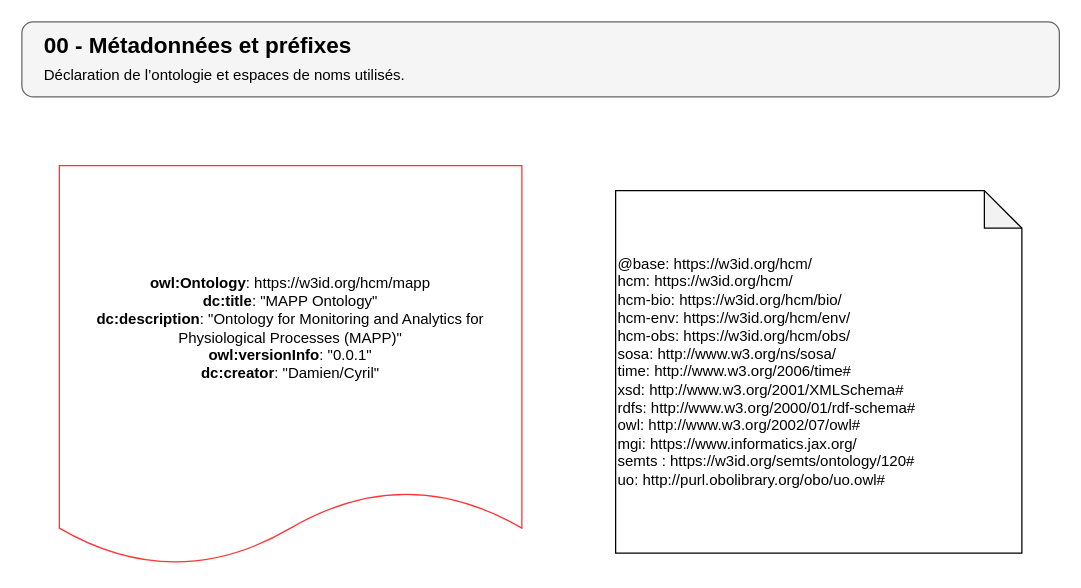
Earlier version of the draw.io diagram page "00 - Métadonnées et préfixes" (2 of 7) of docs/paper/sources/figures/version_rapport.drawio (dhuzard/HCMO). Source tidied: cells renumbered, new cells numbered last; positions are measured from the earlier drawing's top-left corner, leaving out a move shared by most shapes. Both pictures are drawn from the tidied source at 125%, with x=0, y=0 at pixel (21, 21).
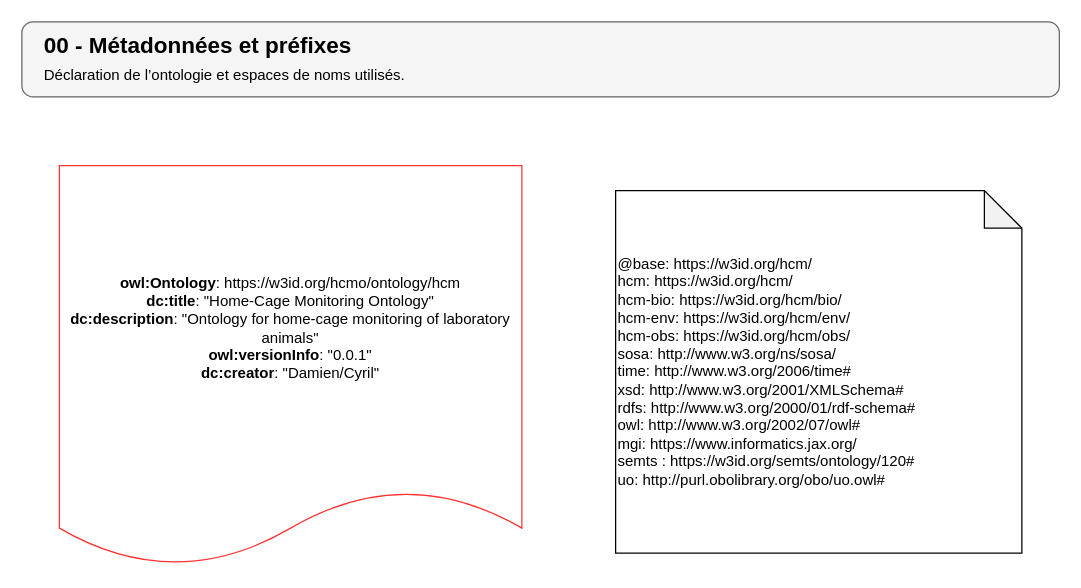
The same page after the edit.

Commit message (it also covers changes not shown here):
Refresh HCMO figure labels

What changed in the source:
```diff
@@
 <mxGraphModel>
   <root>
     <mxCell id="0" />
     <mxCell id="1" parent="0" />
     <mxCell id="2" value="&lt;b&gt;00 - Métadonnées et préfixes&lt;/b&gt;&lt;br&gt;&lt;font style=&quot;font-size: 12px&quot;&gt;Déclaration de l’ontologie et espaces de noms utilisés.&lt;/font&gt;" style="rounded=1;whiteSpace=wrap;html=1;fillColor=#f5f5f5;strokeColor=#666666;fontSize=18;align=left;spacingLeft=16;" parent="1" vertex="1">
       <mxGeometry width="830" height="60" as="geometry" />
     </mxCell>
-    <mxCell id="3" value="&lt;b&gt;owl:Ontology&lt;/b&gt;:&amp;nbsp;https://w3id.org/hcm/mapp&lt;br&gt;&lt;b&gt;dc:title&lt;/b&gt;: &quot;MAPP Ontology&quot;&lt;br&gt;&lt;b&gt;dc:description&lt;/b&gt;: &quot;Ontology for Monitoring and Analytics for Physiological Processes (MAPP)&quot;&lt;br&gt;&lt;b&gt;owl:versionInfo&lt;/b&gt;: &quot;0.0.1&quot;&lt;br&gt;&lt;b&gt;dc:creator&lt;/b&gt;: &quot;Damien/Cyril&quot;" style="shape=document;whiteSpace=wrap;html=1;boundedLbl=1;labelBackgroundColor=#ffffff;strokeColor=#FF3333;fontSize=12;fontColor=#000000;size=0.1875;" parent="1" vertex="1">
+    <mxCell id="3" value="&lt;b&gt;owl:Ontology&lt;/b&gt;:&amp;nbsp;https://w3id.org/hcmo/ontology/hcm&lt;br&gt;&lt;b&gt;dc:title&lt;/b&gt;: &quot;Home-Cage Monitoring Ontology&quot;&lt;br&gt;&lt;b&gt;dc:description&lt;/b&gt;: &quot;Ontology for home-cage monitoring of laboratory animals&quot;&lt;br&gt;&lt;b&gt;owl:versionInfo&lt;/b&gt;: &quot;0.0.1&quot;&lt;br&gt;&lt;b&gt;dc:creator&lt;/b&gt;: &quot;Damien/Cyril&quot;" style="shape=document;whiteSpace=wrap;html=1;boundedLbl=1;labelBackgroundColor=#ffffff;strokeColor=#FF3333;fontSize=12;fontColor=#000000;size=0.1875;" parent="1" vertex="1">
       <mxGeometry x="30" y="115" width="370" height="320" as="geometry" />
     </mxCell>
     <mxCell id="4" value="&lt;div align=&quot;left&quot;&gt;&lt;div align=&quot;left&quot;&gt;@base: https://w3id.org/hcm/&lt;/div&gt;&lt;div align=&quot;left&quot;&gt;hcm: https://w3id.org/hcm/&lt;/div&gt;&lt;div align=&quot;left&quot;&gt;hcm-bio: https://w3id.org/hcm/bio/&lt;/div&gt;&lt;div align=&quot;left&quot;&gt;hcm-env: https://w3id.org/hcm/env/&lt;/div&gt;&lt;div align=&quot;left&quot;&gt;hcm-obs: https://w3id.org/hcm/obs/&lt;/div&gt;&lt;div align=&quot;left&quot;&gt;sosa: http://www.w3.org/ns/sosa/&lt;/div&gt;&lt;div align=&quot;left&quot;&gt;time: http://www.w3.org/2006/time#&lt;/div&gt;&lt;div align=&quot;left&quot;&gt;xsd: http://www.w3.org/2001/XMLSchema#&lt;/div&gt;&lt;div align=&quot;left&quot;&gt;rdfs: http://www.w3.org/2000/01/rdf-schema#&lt;/div&gt;&lt;div align=&quot;left&quot;&gt;owl: http://www.w3.org/2002/07/owl#&lt;/div&gt;&lt;div align=&quot;left&quot;&gt;mgi: https://www.informatics.jax.org/&lt;/div&gt;&lt;div align=&quot;left&quot;&gt;semts :&amp;nbsp;https://w3id.org/semts/ontology/120#&lt;/div&gt;&lt;div align=&quot;left&quot;&gt;uo: http://purl.obolibrary.org/obo/uo.owl#&lt;/div&gt;&lt;/div&gt;" style="shape=note;whiteSpace=wrap;html=1;backgroundOutline=1;darkOpacity=0.05;align=left;" parent="1" vertex="1">
       <mxGeometry x="475" y="135" width="325" height="290" as="geometry" />
     </mxCell>
   </root>
 </mxGraphModel>
```
